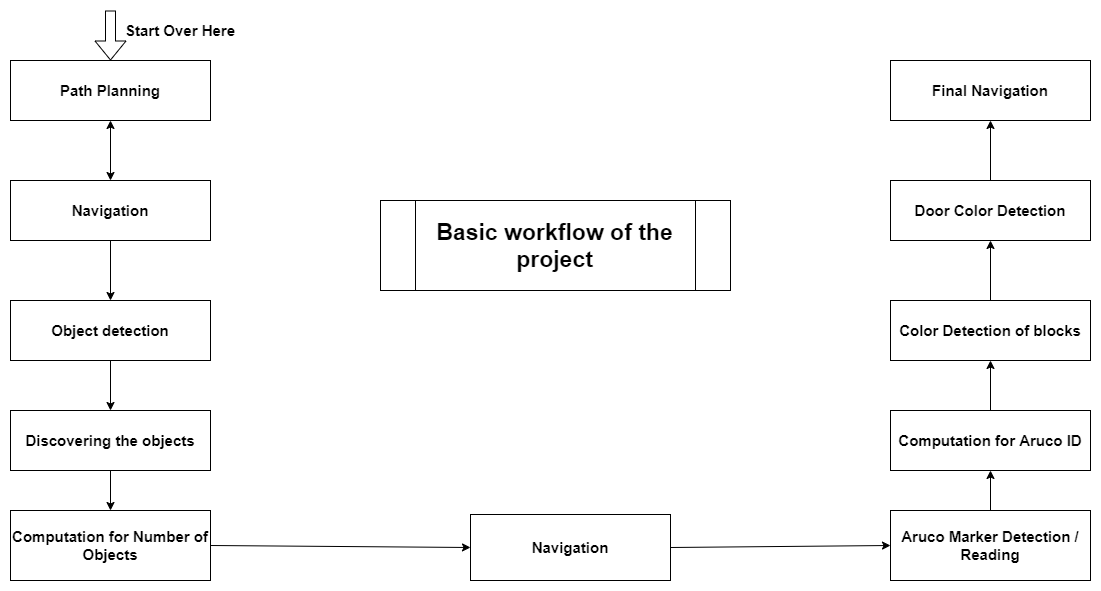
The draw.io diagram images/workflow.png in sid-5/ROS_VICHESTA, before a commit. Source tidied: cells renumbered, new cells last; positions are measured from the earlier drawing's top-left corner, leaving out a move shared by most shapes.
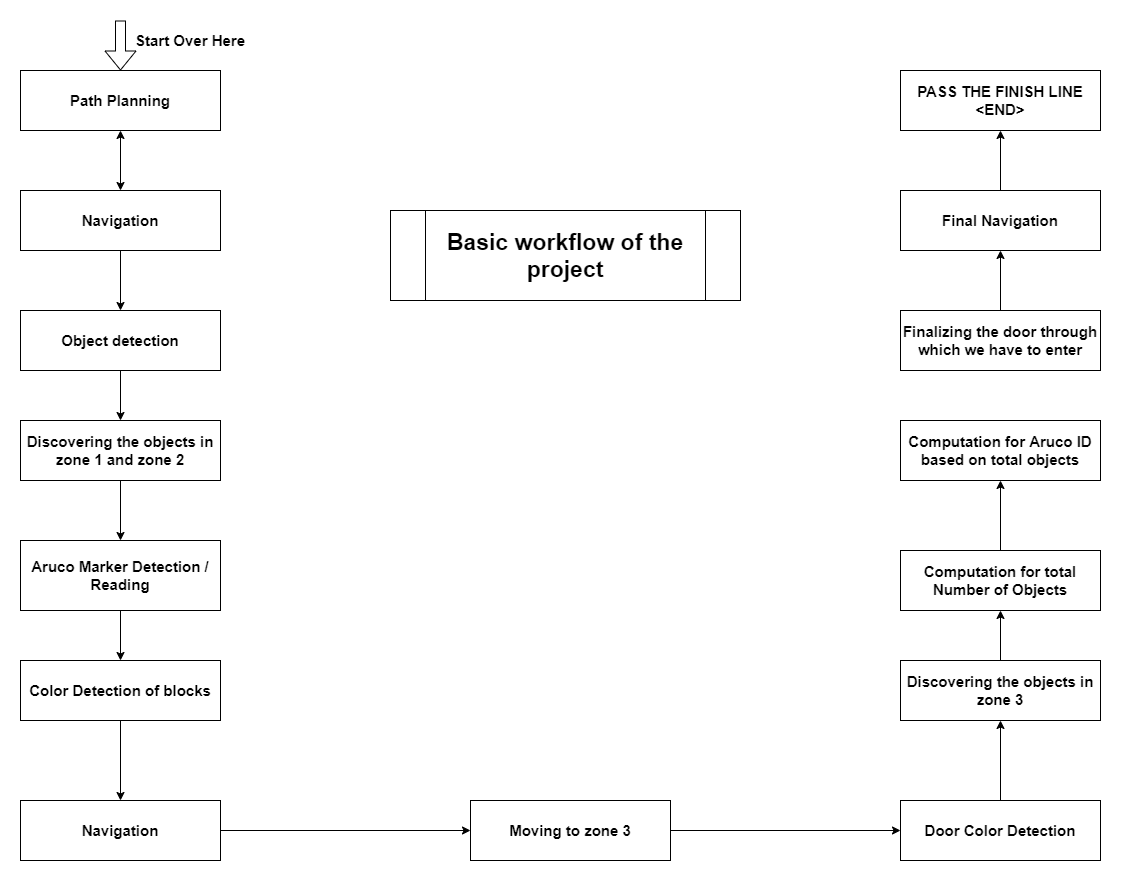
After the commit.

Commit message:
workflow image mod

What changed in the source:
```diff
@@ -8,35 +8,35 @@
     <mxCell id="3" value="&lt;b&gt;&lt;font style=&quot;font-size: 15px&quot;&gt;Object detection&lt;/font&gt;&lt;/b&gt;" style="rounded=0;whiteSpace=wrap;html=1;" parent="1" vertex="1">
       <mxGeometry y="290" width="200" height="60" as="geometry" />
     </mxCell>
-    <mxCell id="4" value="&lt;b&gt;&lt;font style=&quot;font-size: 15px&quot;&gt;Discovering the objects&lt;/font&gt;&lt;/b&gt;" style="rounded=0;whiteSpace=wrap;html=1;" parent="1" vertex="1">
+    <mxCell id="4" value="&lt;b&gt;&lt;font style=&quot;font-size: 15px&quot;&gt;Discovering the objects in zone 1 and zone 2&lt;/font&gt;&lt;/b&gt;" style="rounded=0;whiteSpace=wrap;html=1;" parent="1" vertex="1">
       <mxGeometry y="400" width="200" height="60" as="geometry" />
     </mxCell>
-    <mxCell id="5" value="&lt;span style=&quot;font-size: 15px&quot;&gt;&lt;b&gt;Aruco Marker Detection / Reading&lt;/b&gt;&lt;/span&gt;" style="rounded=0;whiteSpace=wrap;html=1;" parent="1" vertex="1">
-      <mxGeometry x="880" y="500" width="200" height="70" as="geometry" />
+    <mxCell id="5" value="&lt;b&gt;&lt;font style=&quot;font-size: 15px&quot;&gt;Discovering the objects in zone 3&lt;/font&gt;&lt;/b&gt;" style="rounded=0;whiteSpace=wrap;html=1;" parent="1" vertex="1">
+      <mxGeometry x="880" y="640" width="200" height="60" as="geometry" />
     </mxCell>
     <mxCell id="6" value="&lt;b&gt;&lt;font style=&quot;font-size: 15px&quot;&gt;Color Detection of blocks&lt;/font&gt;&lt;/b&gt;" style="rounded=0;whiteSpace=wrap;html=1;" parent="1" vertex="1">
-      <mxGeometry x="880" y="290" width="200" height="60" as="geometry" />
+      <mxGeometry y="640" width="200" height="60" as="geometry" />
     </mxCell>
     <mxCell id="7" value="&lt;span style=&quot;font-size: 15px&quot;&gt;&lt;b&gt;Door Color Detection&lt;/b&gt;&lt;/span&gt;" style="rounded=0;whiteSpace=wrap;html=1;" parent="1" vertex="1">
-      <mxGeometry x="880" y="170" width="200" height="60" as="geometry" />
+      <mxGeometry x="880" y="780" width="200" height="60" as="geometry" />
     </mxCell>
     <mxCell id="8" value="&lt;font style=&quot;font-size: 15px&quot;&gt;&lt;b&gt;Navigation&lt;/b&gt;&lt;/font&gt;" style="rounded=0;whiteSpace=wrap;html=1;" parent="1" vertex="1">
       <mxGeometry y="170" width="200" height="60" as="geometry" />
     </mxCell>
-    <mxCell id="9" value="&lt;font style=&quot;font-size: 15px&quot;&gt;&lt;b&gt;Computation for Aruco ID&lt;/b&gt;&lt;/font&gt;" style="rounded=0;whiteSpace=wrap;html=1;" parent="1" vertex="1">
+    <mxCell id="9" value="&lt;font style=&quot;font-size: 15px&quot;&gt;&lt;b&gt;Computation for Aruco ID based on total objects&lt;/b&gt;&lt;/font&gt;" style="rounded=0;whiteSpace=wrap;html=1;" parent="1" vertex="1">
       <mxGeometry x="880" y="400" width="200" height="60" as="geometry" />
     </mxCell>
     <mxCell id="10" value="&lt;font style=&quot;font-size: 15px&quot;&gt;&lt;b&gt;Final Navigation&lt;/b&gt;&lt;/font&gt;" style="rounded=0;whiteSpace=wrap;html=1;" parent="1" vertex="1">
-      <mxGeometry x="880" y="50" width="200" height="60" as="geometry" />
+      <mxGeometry x="880" y="170" width="200" height="60" as="geometry" />
     </mxCell>
     <mxCell id="11" style="endArrow=classic;startArrow=classic;html=1;entryX=0.5;entryY=1;entryDx=0;entryDy=0;exitX=0.5;exitY=0;exitDx=0;exitDy=0;" parent="1" edge="1" source="8" target="2">
       <mxGeometry relative="1" as="geometry" />
     </mxCell>
-    <mxCell id="12" value="&lt;font style=&quot;font-size: 15px&quot;&gt;&lt;b&gt;Computation for Number of Objects&lt;/b&gt;&lt;/font&gt;" style="rounded=0;whiteSpace=wrap;html=1;" parent="1" vertex="1">
-      <mxGeometry y="500" width="200" height="70" as="geometry" />
+    <mxCell id="12" value="&lt;b style=&quot;font-size: 15px&quot;&gt;Aruco Marker Detection / Reading&lt;/b&gt;" style="rounded=0;whiteSpace=wrap;html=1;" parent="1" vertex="1">
+      <mxGeometry y="520" width="200" height="70" as="geometry" />
     </mxCell>
     <mxCell id="13" value="&lt;font style=&quot;font-size: 15px&quot;&gt;&lt;b&gt;Navigation&lt;/b&gt;&lt;/font&gt;" style="rounded=0;whiteSpace=wrap;html=1;" parent="1" vertex="1">
-      <mxGeometry x="460" y="504" width="200" height="66" as="geometry" />
+      <mxGeometry y="780" width="200" height="60" as="geometry" />
     </mxCell>
     <mxCell id="14" style="endArrow=classic;html=1;entryX=0.5;entryY=0;entryDx=0;entryDy=0;exitX=0.5;exitY=1;exitDx=0;exitDy=0;" parent="1" edge="1" source="8" target="3">
       <mxGeometry relative="1" as="geometry" />
@@ -47,25 +47,16 @@
     <mxCell id="16" style="endArrow=classic;html=1;entryX=0.5;entryY=0;entryDx=0;entryDy=0;exitX=0.5;exitY=1;exitDx=0;exitDy=0;" parent="1" edge="1" source="4" target="12">
       <mxGeometry relative="1" as="geometry" />
     </mxCell>
-    <mxCell id="17" style="endArrow=classic;html=1;entryX=0;entryY=0.5;entryDx=0;entryDy=0;exitX=1;exitY=0.5;exitDx=0;exitDy=0;" parent="1" edge="1" source="12" target="13">
+    <mxCell id="17" style="endArrow=classic;html=1;entryX=0.5;entryY=0;entryDx=0;entryDy=0;exitX=0.5;exitY=1;exitDx=0;exitDy=0;" parent="1" edge="1" source="12" target="6">
       <mxGeometry relative="1" as="geometry" />
     </mxCell>
-    <mxCell id="18" style="endArrow=classic;html=1;entryX=0.5;entryY=1;entryDx=0;entryDy=0;exitX=0.5;exitY=0;exitDx=0;exitDy=0;" parent="1" edge="1" source="5" target="9">
+    <mxCell id="18" style="endArrow=classic;html=1;entryX=0.5;entryY=1;entryDx=0;entryDy=0;exitX=0.5;exitY=0;exitDx=0;exitDy=0;" parent="1" edge="1" source="5" target="26">
       <mxGeometry relative="1" as="geometry" />
     </mxCell>
-    <mxCell id="19" style="endArrow=classic;html=1;entryX=0.5;entryY=1;entryDx=0;entryDy=0;exitX=0.5;exitY=0;exitDx=0;exitDy=0;" parent="1" edge="1" source="9" target="6">
-      <mxGeometry relative="1" as="geometry" />
-    </mxCell>
-    <mxCell id="20" style="endArrow=classic;html=1;entryX=0.5;entryY=1;entryDx=0;entryDy=0;exitX=0.5;exitY=0;exitDx=0;exitDy=0;" parent="1" edge="1" source="6" target="7">
-      <mxGeometry relative="1" as="geometry" />
-    </mxCell>
-    <mxCell id="21" style="endArrow=classic;html=1;entryX=0.5;entryY=1;entryDx=0;entryDy=0;exitX=0.5;exitY=0;exitDx=0;exitDy=0;" parent="1" edge="1" source="7" target="10">
-      <mxGeometry relative="1" as="geometry" />
-    </mxCell>
     <mxCell id="22" value="&lt;font style=&quot;font-size: 23px&quot;&gt;&lt;b&gt;Basic workflow of the project&lt;/b&gt;&lt;/font&gt;" style="shape=process;whiteSpace=wrap;html=1;backgroundOutline=1;" parent="1" vertex="1">
       <mxGeometry x="370" y="190" width="350" height="90" as="geometry" />
     </mxCell>
-    <mxCell id="23" style="endArrow=classic;html=1;exitX=1;exitY=0.5;exitDx=0;exitDy=0;entryX=0;entryY=0.5;entryDx=0;entryDy=0;" parent="1" edge="1" source="13" target="5">
+    <mxCell id="23" style="endArrow=classic;html=1;exitX=1;exitY=0.5;exitDx=0;exitDy=0;entryX=0;entryY=0.5;entryDx=0;entryDy=0;" parent="1" edge="1" source="13" target="27">
       <mxGeometry relative="1" as="geometry" />
     </mxCell>
     <mxCell id="24" style="shape=flexArrow;endArrow=classic;html=1;entryX=0.5;entryY=0;entryDx=0;entryDy=0;" parent="1" edge="1" target="2">
@@ -76,5 +67,37 @@
     <mxCell id="25" value="&lt;b&gt;&lt;font style=&quot;font-size: 15px&quot;&gt;Start Over Here&lt;/font&gt;&lt;/b&gt;" style="text;html=1;strokeColor=none;fillColor=none;align=center;verticalAlign=middle;whiteSpace=wrap;rounded=0;" parent="1" vertex="1">
       <mxGeometry x="110" y="10" width="120" height="20" as="geometry" />
     </mxCell>
+    <mxCell id="26" value="&lt;b style=&quot;font-size: 15px&quot;&gt;Computation for total Number of Objects&lt;/b&gt;" style="rounded=0;whiteSpace=wrap;html=1;" parent="1" vertex="1">
+      <mxGeometry x="880" y="530" width="200" height="60" as="geometry" />
+    </mxCell>
+    <mxCell id="27" value="&lt;span style=&quot;font-size: 15px&quot;&gt;&lt;b&gt;Moving to zone 3&lt;/b&gt;&lt;/span&gt;" style="rounded=0;whiteSpace=wrap;html=1;" parent="1" vertex="1">
+      <mxGeometry x="450" y="780" width="200" height="60" as="geometry" />
+    </mxCell>
+    <mxCell id="28" style="endArrow=classic;html=1;entryX=0.5;entryY=1;entryDx=0;entryDy=0;exitX=0.5;exitY=0;exitDx=0;exitDy=0;" parent="1" edge="1" source="26" target="9">
+      <mxGeometry relative="1" as="geometry" />
+    </mxCell>
+    <mxCell id="29" style="endArrow=classic;html=1;exitX=0.5;exitY=1;exitDx=0;exitDy=0;" parent="1" edge="1" source="6">
+      <mxGeometry relative="1" as="geometry">
+        <mxPoint x="100" y="780" as="targetPoint" />
+      </mxGeometry>
+    </mxCell>
+    <mxCell id="30" style="endArrow=classic;html=1;entryX=0.5;entryY=1;entryDx=0;entryDy=0;exitX=0.5;exitY=0;exitDx=0;exitDy=0;" parent="1" edge="1" source="7" target="5">
+      <mxGeometry relative="1" as="geometry" />
+    </mxCell>
+    <mxCell id="31" style="endArrow=classic;html=1;entryX=0;entryY=0.5;entryDx=0;entryDy=0;exitX=1;exitY=0.5;exitDx=0;exitDy=0;" parent="1" edge="1" source="27" target="7">
+      <mxGeometry relative="1" as="geometry" />
+    </mxCell>
+    <mxCell id="32" value="&lt;b&gt;&lt;font style=&quot;font-size: 15px&quot;&gt;Finalizing the door through which we have to enter&lt;/font&gt;&lt;/b&gt;" style="rounded=0;whiteSpace=wrap;html=1;" parent="1" vertex="1">
+      <mxGeometry x="880" y="290" width="200" height="60" as="geometry" />
+    </mxCell>
+    <mxCell id="33" value="&lt;span style=&quot;font-size: 15px&quot;&gt;&lt;b&gt;PASS THE FINISH LINE&lt;br&gt;&amp;lt;END&amp;gt;&lt;br&gt;&lt;/b&gt;&lt;/span&gt;" style="rounded=0;whiteSpace=wrap;html=1;" parent="1" vertex="1">
+      <mxGeometry x="880" y="50" width="200" height="60" as="geometry" />
+    </mxCell>
+    <mxCell id="34" style="endArrow=classic;html=1;entryX=0.5;entryY=1;entryDx=0;entryDy=0;exitX=0.5;exitY=0;exitDx=0;exitDy=0;" parent="1" edge="1" source="32" target="10">
+      <mxGeometry relative="1" as="geometry" />
+    </mxCell>
+    <mxCell id="35" style="endArrow=classic;html=1;entryX=0.5;entryY=1;entryDx=0;entryDy=0;exitX=0.5;exitY=0;exitDx=0;exitDy=0;" parent="1" edge="1" source="10" target="33">
+      <mxGeometry relative="1" as="geometry" />
+    </mxCell>
   </root>
 </mxGraphModel>
```
